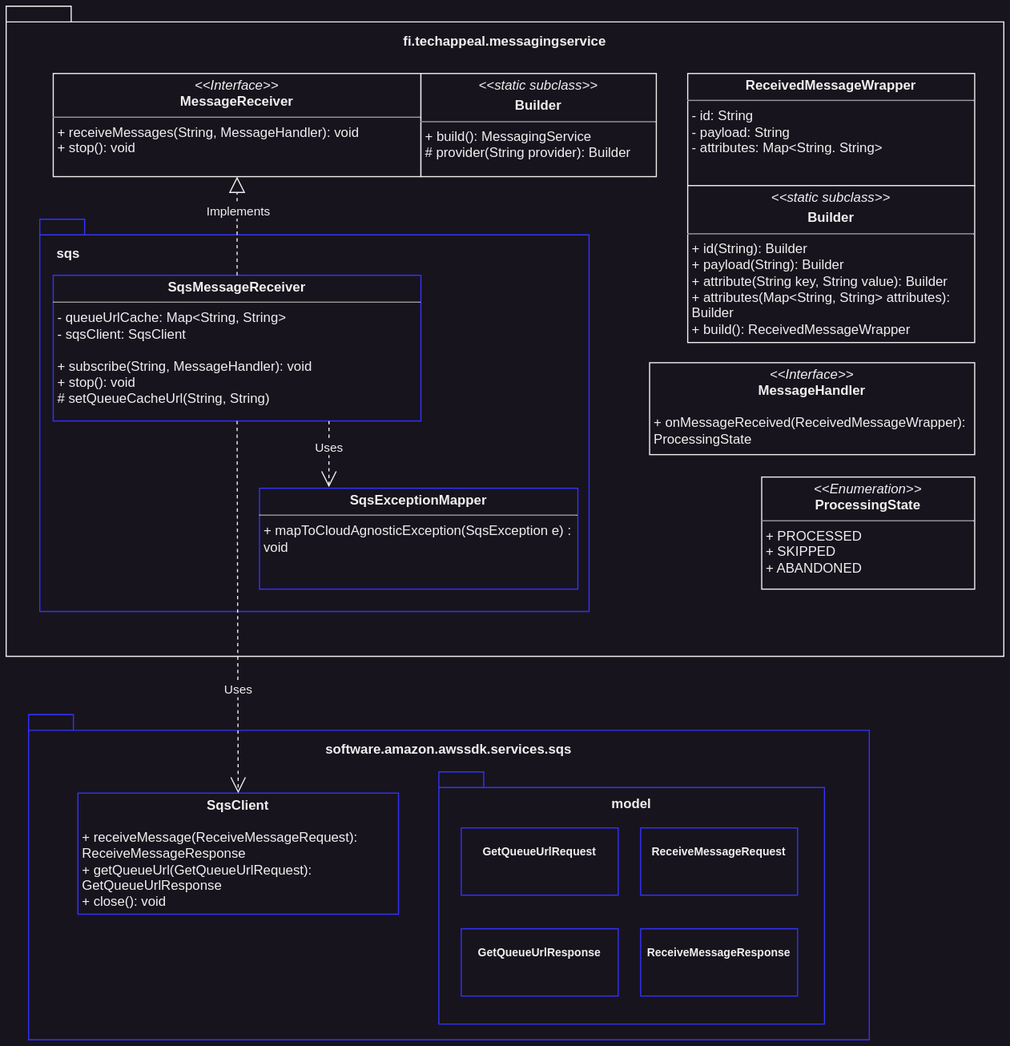
Earlier version of the draw.io export assets/receiver_sqs_class_diagram.svg (lampsa/messaging-service). Source tidied: cells renumbered, new cells last; positions are measured from the earlier drawing's top-left corner, leaving out a move shared by most shapes.
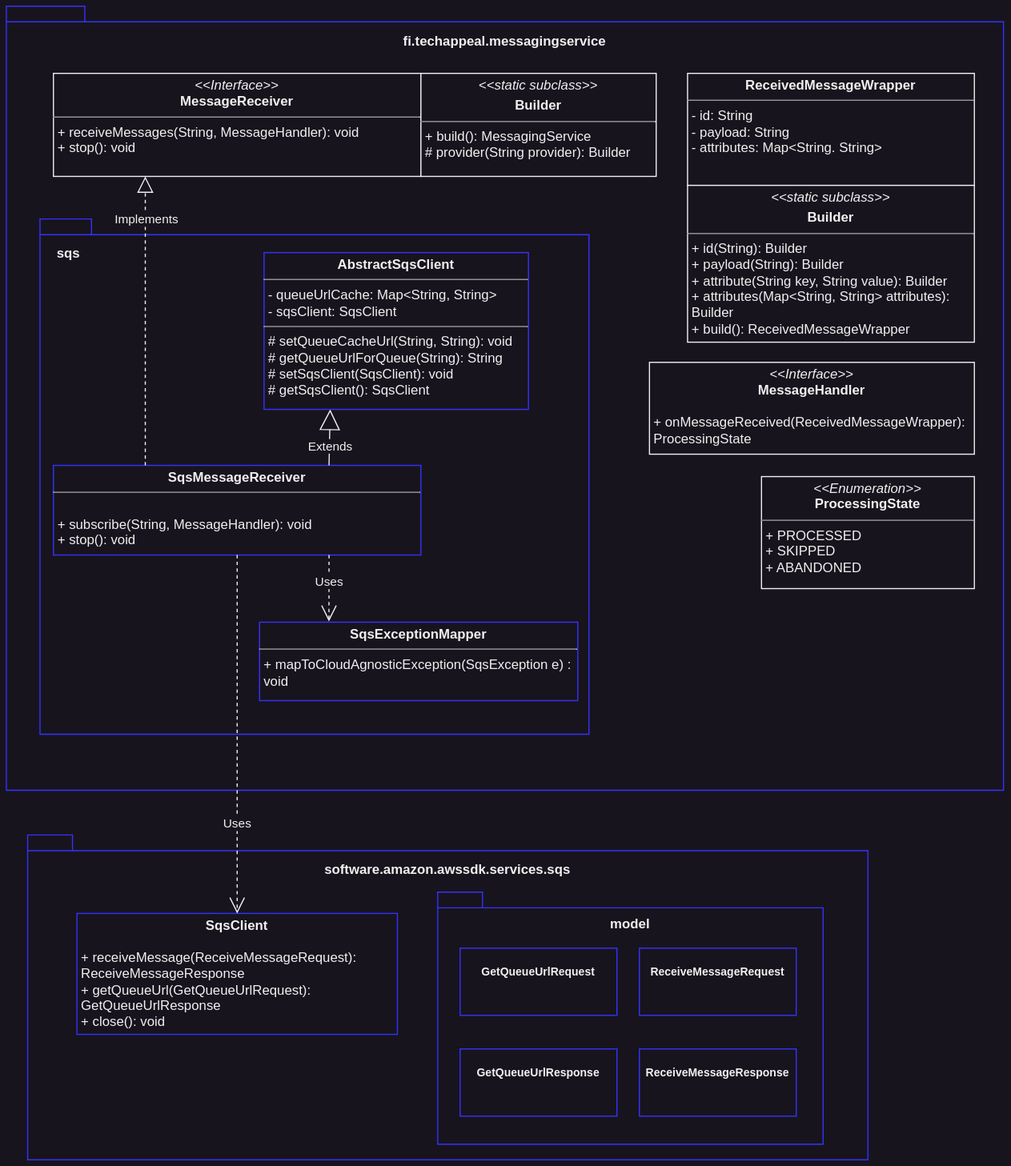
The same diagram one commit later.

Commit message:
added abstract sqs client class

What changed in the source:
```diff
@@ -2,55 +2,55 @@
   <root>
     <mxCell id="0" />
     <mxCell id="1" parent="0" />
-    <mxCell id="2" value="fi.techappeal.messagingservice" style="shape=folder;fontStyle=1;spacingTop=0;tabWidth=40;tabHeight=14;tabPosition=left;html=1;whiteSpace=wrap;verticalAlign=bottom;labelPosition=center;verticalLabelPosition=top;align=center;spacingBottom=-41;" parent="1" vertex="1">
-      <mxGeometry width="890" height="580" as="geometry" />
+    <mxCell id="2" value="fi.techappeal.messagingservice" style="shape=folder;fontStyle=1;spacingTop=0;tabWidth=40;tabHeight=14;tabPosition=left;html=1;whiteSpace=wrap;verticalAlign=bottom;labelPosition=center;verticalLabelPosition=top;align=center;spacingBottom=-41;strokeColor=#3333FF;" parent="1" vertex="1">
+      <mxGeometry width="890" height="700" as="geometry" />
     </mxCell>
     <mxCell id="3" value="&lt;p style=&quot;margin:0px;margin-top:4px;text-align:center;&quot;&gt;&lt;i&gt;&amp;lt;&amp;lt;Interface&amp;gt;&amp;gt;&lt;/i&gt;&lt;br&gt;&lt;b&gt;MessageReceiver&lt;/b&gt;&lt;/p&gt;&lt;hr size=&quot;1&quot;&gt;&lt;p style=&quot;margin:0px;margin-left:4px;&quot;&gt;+ receiveMessages(String, MessageHandler): void&lt;/p&gt;&lt;p style=&quot;margin:0px;margin-left:4px;&quot;&gt;&lt;span style=&quot;background-color: initial;&quot;&gt;+ stop(): void&lt;/span&gt;&lt;br&gt;&lt;/p&gt;" style="verticalAlign=top;align=left;overflow=fill;fontSize=12;fontFamily=Helvetica;html=1;whiteSpace=wrap;" parent="1" vertex="1">
       <mxGeometry x="42" y="60" width="328" height="92" as="geometry" />
     </mxCell>
     <mxCell id="4" value="software.amazon.awssdk.services.sqs" style="shape=folder;fontStyle=1;spacingTop=0;tabWidth=40;tabHeight=14;tabPosition=left;html=1;whiteSpace=wrap;verticalAlign=bottom;labelPosition=center;verticalLabelPosition=top;align=center;spacingBottom=-40;strokeColor=#3333FF;" parent="1" vertex="1">
-      <mxGeometry x="20" y="632" width="750" height="290" as="geometry" />
+      <mxGeometry x="19" y="740" width="750" height="290" as="geometry" />
     </mxCell>
     <mxCell id="5" value="&lt;p style=&quot;margin:0px;margin-top:4px;text-align:center;&quot;&gt;&lt;b&gt;SqsClient&lt;/b&gt;&lt;/p&gt;&lt;p style=&quot;margin:0px;margin-left:4px;&quot;&gt;&lt;br&gt;&lt;/p&gt;&lt;p style=&quot;margin:0px;margin-left:4px;&quot;&gt;+ receiveMessage(ReceiveMessageRequest): ReceiveMessageResponse&lt;/p&gt;&lt;p style=&quot;margin:0px;margin-left:4px;&quot;&gt;+&amp;nbsp;getQueueUrl(GetQueueUrlRequest): GetQueueUrlResponse&lt;/p&gt;&lt;p style=&quot;margin:0px;margin-left:4px;&quot;&gt;+ close(): void&lt;/p&gt;" style="verticalAlign=top;align=left;overflow=fill;fontSize=12;fontFamily=Helvetica;html=1;whiteSpace=wrap;strokeColor=#3333FF;" parent="1" vertex="1">
-      <mxGeometry x="64" y="702" width="286" height="108" as="geometry" />
+      <mxGeometry x="63" y="810" width="286" height="108" as="geometry" />
     </mxCell>
     <mxCell id="6" value="model" style="shape=folder;fontStyle=1;spacingTop=0;tabWidth=40;tabHeight=14;tabPosition=left;html=1;whiteSpace=wrap;labelPosition=center;verticalLabelPosition=top;align=center;verticalAlign=bottom;horizontal=1;spacingBottom=-38;strokeColor=#3333FF;" parent="1" vertex="1">
-      <mxGeometry x="386" y="683" width="344" height="225" as="geometry" />
+      <mxGeometry x="385" y="791" width="344" height="225" as="geometry" />
     </mxCell>
     <mxCell id="7" value="&lt;p style=&quot;margin: 4px 0px 0px; text-align: center; font-size: 10px;&quot;&gt;&lt;br style=&quot;font-size: 10px;&quot;&gt;&lt;b style=&quot;font-size: 10px;&quot;&gt;GetQueueUrlRequest&lt;/b&gt;&lt;/p&gt;" style="verticalAlign=top;align=left;overflow=fill;fontSize=10;fontFamily=Helvetica;html=1;whiteSpace=wrap;strokeColor=#3333FF;" parent="1" vertex="1">
-      <mxGeometry x="406" y="733" width="140" height="60" as="geometry" />
+      <mxGeometry x="405" y="841" width="140" height="60" as="geometry" />
     </mxCell>
     <mxCell id="8" value="&lt;p style=&quot;margin: 4px 0px 0px; text-align: center; font-size: 10px;&quot;&gt;&lt;br style=&quot;font-size: 10px;&quot;&gt;&lt;b style=&quot;font-size: 10px;&quot;&gt;GetQueueUrlResponse&lt;/b&gt;&lt;/p&gt;" style="verticalAlign=top;align=left;overflow=fill;fontSize=10;fontFamily=Helvetica;html=1;whiteSpace=wrap;strokeColor=#3333FF;" parent="1" vertex="1">
-      <mxGeometry x="406" y="823" width="140" height="60" as="geometry" />
+      <mxGeometry x="405" y="931" width="140" height="60" as="geometry" />
     </mxCell>
     <mxCell id="9" value="&lt;p style=&quot;margin: 4px 0px 0px; text-align: center; font-size: 10px;&quot;&gt;&lt;br style=&quot;font-size: 10px;&quot;&gt;&lt;b style=&quot;font-size: 10px;&quot;&gt;ReceiveMessageRequest&lt;/b&gt;&lt;/p&gt;" style="verticalAlign=top;align=left;overflow=fill;fontSize=10;fontFamily=Helvetica;html=1;whiteSpace=wrap;strokeColor=#3333FF;" parent="1" vertex="1">
-      <mxGeometry x="566" y="733" width="140" height="60" as="geometry" />
+      <mxGeometry x="565" y="841" width="140" height="60" as="geometry" />
     </mxCell>
     <mxCell id="10" value="&lt;p style=&quot;margin: 4px 0px 0px; text-align: center; font-size: 10px;&quot;&gt;&lt;br style=&quot;font-size: 10px;&quot;&gt;&lt;b style=&quot;font-size: 10px;&quot;&gt;ReceiveMessageResponse&lt;/b&gt;&lt;/p&gt;" style="verticalAlign=top;align=left;overflow=fill;fontSize=10;fontFamily=Helvetica;html=1;whiteSpace=wrap;strokeColor=#3333FF;" parent="1" vertex="1">
-      <mxGeometry x="566" y="823" width="140" height="60" as="geometry" />
+      <mxGeometry x="565" y="931" width="140" height="60" as="geometry" />
     </mxCell>
     <mxCell id="11" value="&lt;p style=&quot;margin:0px;margin-top:4px;text-align:center;&quot;&gt;&lt;b&gt;ReceivedMessageWrapper&lt;/b&gt;&lt;/p&gt;&lt;hr size=&quot;1&quot;&gt;&lt;p style=&quot;margin: 0px 0px 0px 4px;&quot;&gt;&lt;span style=&quot;background-color: initial;&quot;&gt;- id: String&lt;/span&gt;&lt;/p&gt;&lt;p style=&quot;margin:0px;margin-left:4px;&quot;&gt;&lt;span style=&quot;background-color: initial;&quot;&gt;- payload: String&lt;/span&gt;&lt;br&gt;&lt;/p&gt;&lt;p style=&quot;margin:0px;margin-left:4px;&quot;&gt;-&amp;nbsp;attributes: Map&amp;lt;String. String&amp;gt;&lt;/p&gt;&lt;div&gt;&lt;span style=&quot;background-color: initial;&quot;&gt;&lt;br&gt;&lt;/span&gt;&lt;/div&gt;" style="verticalAlign=top;align=left;overflow=fill;fontSize=12;fontFamily=Helvetica;html=1;whiteSpace=wrap;" parent="1" vertex="1">
       <mxGeometry x="608" y="60" width="256" height="100" as="geometry" />
     </mxCell>
     <mxCell id="12" value="sqs" style="shape=folder;fontStyle=1;spacingTop=0;tabWidth=40;tabHeight=14;tabPosition=left;html=1;labelPosition=left;verticalLabelPosition=top;align=right;verticalAlign=bottom;spacingLeft=0;spacingBottom=-38;spacing=0;spacingRight=-35;strokeColor=#3333FF;" parent="1" vertex="1">
-      <mxGeometry x="30" y="190" width="490" height="350" as="geometry" />
+      <mxGeometry x="30" y="190" width="490" height="460" as="geometry" />
     </mxCell>
-    <mxCell id="13" value="&lt;p style=&quot;margin:0px;margin-top:4px;text-align:center;&quot;&gt;&lt;b&gt;SqsMessageReceiver&lt;/b&gt;&lt;/p&gt;&lt;hr size=&quot;1&quot;&gt;&lt;p style=&quot;margin:0px;margin-left:4px;&quot;&gt;- queueUrlCache&lt;span style=&quot;background-color: initial;&quot;&gt;: Map&amp;lt;String, String&amp;gt;&lt;/span&gt;&lt;/p&gt;&lt;p style=&quot;margin:0px;margin-left:4px;&quot;&gt;- sqsClient: SqsClient&lt;/p&gt;&lt;p style=&quot;margin: 0px 0px 0px 4px;&quot;&gt;&lt;br&gt;+ subscribe(String, MessageHandler): void&lt;/p&gt;&lt;p style=&quot;margin: 0px 0px 0px 4px;&quot;&gt;+ stop(): void&lt;/p&gt;&lt;p style=&quot;margin: 0px 0px 0px 4px;&quot;&gt;# setQueueCacheUrl(String, String)&lt;/p&gt;" style="verticalAlign=top;align=left;overflow=fill;fontSize=12;fontFamily=Helvetica;html=1;whiteSpace=wrap;strokeColor=#3333FF;" parent="1" vertex="1">
-      <mxGeometry x="42" y="240" width="328" height="130" as="geometry" />
+    <mxCell id="13" value="&lt;p style=&quot;margin:0px;margin-top:4px;text-align:center;&quot;&gt;&lt;b&gt;SqsMessageReceiver&lt;/b&gt;&lt;/p&gt;&lt;hr size=&quot;1&quot;&gt;&lt;p style=&quot;margin:0px;margin-left:4px;&quot;&gt;&lt;br&gt;&lt;/p&gt;&lt;p style=&quot;margin: 0px 0px 0px 4px;&quot;&gt;+ subscribe(String, MessageHandler): void&lt;/p&gt;&lt;p style=&quot;margin: 0px 0px 0px 4px;&quot;&gt;+ stop(): void&lt;/p&gt;" style="verticalAlign=top;align=left;overflow=fill;fontSize=12;fontFamily=Helvetica;html=1;whiteSpace=wrap;strokeColor=#3333FF;" parent="1" vertex="1">
+      <mxGeometry x="42" y="410" width="328" height="80" as="geometry" />
     </mxCell>
-    <mxCell id="14" style="endArrow=block;dashed=1;endFill=0;endSize=12;html=1;rounded=0;exitX=0.5;exitY=0;exitDx=0;exitDy=0;entryX=0.5;entryY=1;entryDx=0;entryDy=0;edgeStyle=orthogonalEdgeStyle;" parent="1" edge="1" source="13" target="3">
+    <mxCell id="14" style="endArrow=block;dashed=1;endFill=0;endSize=12;html=1;rounded=0;exitX=0.25;exitY=0;exitDx=0;exitDy=0;entryX=0.25;entryY=1;entryDx=0;entryDy=0;edgeStyle=orthogonalEdgeStyle;" parent="1" edge="1" source="13" target="3">
       <mxGeometry relative="1" as="geometry" />
     </mxCell>
     <mxCell id="15" value="Implements" style="edgeLabel;html=1;align=center;verticalAlign=middle;" parent="14" vertex="1">
       <mxGeometry x="0.56" y="-1" relative="1" as="geometry">
-        <mxPoint x="-1" y="11" as="offset" />
+        <mxPoint x="-1" y="-19" as="offset" />
       </mxGeometry>
     </mxCell>
     <mxCell id="16" value="Uses" style="endArrow=open;endSize=12;dashed=1;html=1;rounded=0;exitX=0.5;exitY=1;exitDx=0;exitDy=0;entryX=0.5;entryY=0;entryDx=0;entryDy=0;" parent="1" edge="1" source="13" target="5">
-      <mxGeometry x="0.45" relative="1" as="geometry" />
+      <mxGeometry x="0.5" relative="1" as="geometry" />
     </mxCell>
     <mxCell id="17" value="&lt;p style=&quot;margin:0px;margin-top:4px;text-align:center;&quot;&gt;&lt;b&gt;SqsExceptionMapper&lt;/b&gt;&lt;/p&gt;&lt;hr size=&quot;1&quot;&gt;&lt;p style=&quot;margin: 0px 0px 0px 4px;&quot;&gt;+&amp;nbsp;mapToCloudAgnosticException(SqsException e) : void&lt;/p&gt;" style="verticalAlign=top;align=left;overflow=fill;fontSize=12;fontFamily=Helvetica;html=1;whiteSpace=wrap;strokeColor=#3333FF;" parent="1" vertex="1">
-      <mxGeometry x="226" y="430" width="284" height="90" as="geometry" />
+      <mxGeometry x="226" y="550" width="284" height="70" as="geometry" />
     </mxCell>
     <mxCell id="18" value="Uses" style="endArrow=open;endSize=12;dashed=1;html=1;rounded=0;exitX=0.75;exitY=1;exitDx=0;exitDy=0;entryX=0.218;entryY=-0.011;entryDx=0;entryDy=0;entryPerimeter=0;" parent="1" edge="1" source="13" target="17">
       <mxGeometry x="-0.19" relative="1" as="geometry" />
@@ -67,5 +67,11 @@
     <mxCell id="22" value="&lt;p style=&quot;margin:0px;margin-top:4px;text-align:center;&quot;&gt;&lt;i&gt;&amp;lt;&amp;lt;Enumeration&amp;gt;&amp;gt;&lt;/i&gt;&lt;br&gt;&lt;b&gt;ProcessingState&lt;/b&gt;&lt;/p&gt;&lt;hr size=&quot;1&quot;&gt;&lt;p style=&quot;margin:0px;margin-left:4px;&quot;&gt;+ PROCESSED&lt;br&gt;+ SKIPPED&lt;/p&gt;&lt;p style=&quot;margin:0px;margin-left:4px;&quot;&gt;+ ABANDONED&lt;/p&gt;" style="verticalAlign=top;align=left;overflow=fill;fontSize=12;fontFamily=Helvetica;html=1;whiteSpace=wrap;" parent="1" vertex="1">
       <mxGeometry x="674" y="420" width="190" height="100" as="geometry" />
     </mxCell>
+    <mxCell id="23" value="Extends" style="endArrow=block;endSize=16;endFill=0;html=1;rounded=0;exitX=0.75;exitY=0;exitDx=0;exitDy=0;entryX=0.25;entryY=1;entryDx=0;entryDy=0;" parent="1" edge="1" source="13" target="24">
+      <mxGeometry x="-0.33" y="-1" relative="1" as="geometry" />
+    </mxCell>
+    <mxCell id="24" value="&lt;p style=&quot;margin:0px;margin-top:4px;text-align:center;&quot;&gt;&lt;b&gt;AbstractSqsClient&lt;/b&gt;&lt;/p&gt;&lt;hr size=&quot;1&quot;&gt;&lt;p style=&quot;margin:0px;margin-left:4px;&quot;&gt;- queueUrlCache: Map&amp;lt;String, String&amp;gt;&lt;/p&gt;&lt;p style=&quot;margin:0px;margin-left:4px;&quot;&gt;- sqsClient: SqsClient&lt;/p&gt;&lt;hr size=&quot;1&quot;&gt;&lt;p style=&quot;margin:0px;margin-left:4px;&quot;&gt;# setQueueCacheUrl(String, String): void&lt;/p&gt;&lt;p style=&quot;margin:0px;margin-left:4px;&quot;&gt;# getQueueUrlForQueue(String): String&lt;/p&gt;&lt;p style=&quot;margin:0px;margin-left:4px;&quot;&gt;# setSqsClient(SqsClient): void&lt;/p&gt;&lt;p style=&quot;margin:0px;margin-left:4px;&quot;&gt;# getSqsClient(): SqsClient&lt;/p&gt;" style="verticalAlign=top;align=left;overflow=fill;fontSize=12;fontFamily=Helvetica;html=1;whiteSpace=wrap;strokeColor=#3333FF;" parent="1" vertex="1">
+      <mxGeometry x="230" y="220" width="236" height="140" as="geometry" />
+    </mxCell>
   </root>
 </mxGraphModel>
```
